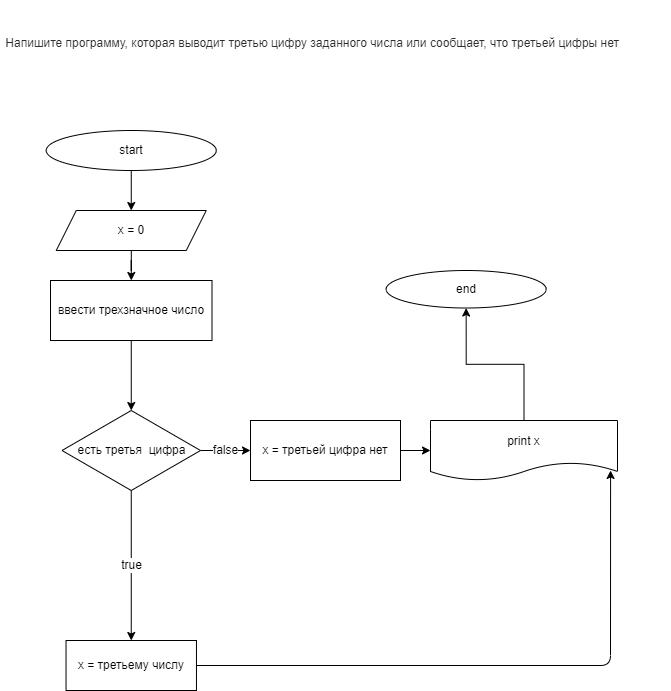
sntitar/DZ_C- keeps this draw.io diagram as dz2_zadacha15/digram.drawio.png. Above is the earlier version. Source tidied: cells renumbered, new cells last; positions are measured from the earlier drawing's top-left corner, leaving out a move shared by most shapes. Source of this version:
```xml
<mxGraphModel>
  <root>
    <mxCell id="0" />
    <mxCell id="1" parent="0" />
    <mxCell id="2" style="edgeStyle=orthogonalEdgeStyle;rounded=0;jettySize=auto;html=1;" parent="1" edge="1" source="3" target="5">
      <mxGeometry relative="1" as="geometry" />
    </mxCell>
    <mxCell id="3" value="start" style="ellipse;whiteSpace=wrap;html=1;" parent="1" vertex="1">
      <mxGeometry x="45.8" y="130" width="170" height="40" as="geometry" />
    </mxCell>
    <mxCell id="4" style="edgeStyle=orthogonalEdgeStyle;rounded=0;jettySize=auto;html=1;" parent="1" edge="1" source="5">
      <mxGeometry relative="1" as="geometry">
        <mxPoint x="130.8" y="280" as="targetPoint" />
      </mxGeometry>
    </mxCell>
    <mxCell id="5" value="x = 0" style="shape=parallelogram;perimeter=parallelogramPerimeter;whiteSpace=wrap;html=1;fixedSize=1;" parent="1" vertex="1">
      <mxGeometry x="55.8" y="210" width="150" height="40" as="geometry" />
    </mxCell>
    <mxCell id="6" style="edgeStyle=none;html=1;fontSize=12;" parent="1" edge="1" source="7" target="16">
      <mxGeometry relative="1" as="geometry" />
    </mxCell>
    <mxCell id="7" value="&lt;span&gt;ввести трехзначное число&lt;/span&gt;" style="whiteSpace=wrap;html=1;" parent="1" vertex="1">
      <mxGeometry x="50" y="280" width="161.5" height="60" as="geometry" />
    </mxCell>
    <mxCell id="8" style="edgeStyle=none;html=1;entryX=0.963;entryY=0.833;entryDx=0;entryDy=0;entryPerimeter=0;" parent="1" edge="1" source="9" target="11">
      <mxGeometry relative="1" as="geometry">
        <Array as="points">
          <mxPoint x="610" y="665" />
        </Array>
      </mxGeometry>
    </mxCell>
    <mxCell id="9" value="x = третьему числу" style="whiteSpace=wrap;html=1;" parent="1" vertex="1">
      <mxGeometry x="65.5" y="640" width="130.4" height="50" as="geometry" />
    </mxCell>
    <mxCell id="10" style="edgeStyle=orthogonalEdgeStyle;rounded=0;jettySize=auto;html=1;" parent="1" edge="1" source="11" target="12">
      <mxGeometry relative="1" as="geometry" />
    </mxCell>
    <mxCell id="11" value="print x" style="shape=document;whiteSpace=wrap;html=1;boundedLbl=1;" parent="1" vertex="1">
      <mxGeometry x="430" y="420" width="187" height="60" as="geometry" />
    </mxCell>
    <mxCell id="12" value="end" style="ellipse;whiteSpace=wrap;html=1;" parent="1" vertex="1">
      <mxGeometry x="385.7" y="270" width="160" height="37.5" as="geometry" />
    </mxCell>
    <mxCell id="13" value="&lt;br&gt;&lt;br&gt;&lt;font style=&quot;font-size: 12px&quot;&gt;&lt;span style=&quot;color: rgb(44 , 45 , 48) ; font-family: &amp;#34;roboto&amp;#34; , &amp;#34;san francisco&amp;#34; , &amp;#34;helvetica neue&amp;#34; , &amp;#34;helvetica&amp;#34; , &amp;#34;arial&amp;#34; ; font-style: normal ; font-weight: 400 ; letter-spacing: normal ; text-indent: 0px ; text-transform: none ; word-spacing: 0px ; background-color: rgb(255 , 255 , 255) ; display: inline ; float: none&quot;&gt;&amp;nbsp;Напишите программу, которая выводит третью цифру заданного числа или сообщает, что третьей цифры нет&lt;/span&gt;&lt;br&gt;&lt;/font&gt;" style="text;whiteSpace=wrap;html=1;" parent="1" vertex="1">
      <mxGeometry width="670" height="50" as="geometry" />
    </mxCell>
    <mxCell id="14" value="true" style="edgeStyle=none;html=1;entryX=0.5;entryY=0;entryDx=0;entryDy=0;fontSize=12;" parent="1" edge="1" source="16" target="9">
      <mxGeometry relative="1" as="geometry" />
    </mxCell>
    <mxCell id="15" value="false" style="edgeStyle=none;html=1;fontSize=12;" parent="1" edge="1" source="16" target="18">
      <mxGeometry relative="1" as="geometry" />
    </mxCell>
    <mxCell id="16" value="есть третья&amp;nbsp; цифра" style="rhombus;whiteSpace=wrap;html=1;" parent="1" vertex="1">
      <mxGeometry x="61.5" y="410" width="138.5" height="80" as="geometry" />
    </mxCell>
    <mxCell id="17" style="edgeStyle=none;html=1;fontSize=12;" parent="1" edge="1" source="18" target="11">
      <mxGeometry relative="1" as="geometry" />
    </mxCell>
    <mxCell id="18" value="x = третьей цифра нет" style="rounded=0;whiteSpace=wrap;html=1;fontSize=12;" parent="1" vertex="1">
      <mxGeometry x="250" y="420" width="150" height="60" as="geometry" />
    </mxCell>
  </root>
</mxGraphModel>
```
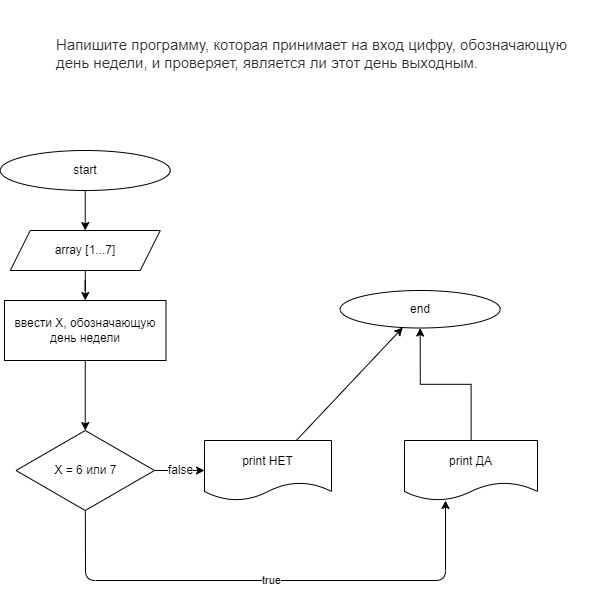
Later version of the same file.

What changed in the source:
```diff
@@ -13,51 +13,49 @@
         <mxPoint x="130.8" y="280" as="targetPoint" />
       </mxGeometry>
     </mxCell>
-    <mxCell id="5" value="x = 0" style="shape=parallelogram;perimeter=parallelogramPerimeter;whiteSpace=wrap;html=1;fixedSize=1;" parent="1" vertex="1">
+    <mxCell id="5" value="array [1...7]" style="shape=parallelogram;perimeter=parallelogramPerimeter;whiteSpace=wrap;html=1;fixedSize=1;" parent="1" vertex="1">
       <mxGeometry x="55.8" y="210" width="150" height="40" as="geometry" />
     </mxCell>
     <mxCell id="6" style="edgeStyle=none;html=1;fontSize=12;" parent="1" edge="1" source="7" target="16">
       <mxGeometry relative="1" as="geometry" />
     </mxCell>
-    <mxCell id="7" value="&lt;span&gt;ввести трехзначное число&lt;/span&gt;" style="whiteSpace=wrap;html=1;" parent="1" vertex="1">
+    <mxCell id="7" value="&lt;span&gt;ввести X, обозначающую день недели&lt;/span&gt;" style="whiteSpace=wrap;html=1;" parent="1" vertex="1">
       <mxGeometry x="50" y="280" width="161.5" height="60" as="geometry" />
     </mxCell>
-    <mxCell id="8" style="edgeStyle=none;html=1;entryX=0.963;entryY=0.833;entryDx=0;entryDy=0;entryPerimeter=0;" parent="1" edge="1" source="9" target="11">
-      <mxGeometry relative="1" as="geometry">
-        <Array as="points">
-          <mxPoint x="610" y="665" />
-        </Array>
-      </mxGeometry>
-    </mxCell>
-    <mxCell id="9" value="x = третьему числу" style="whiteSpace=wrap;html=1;" parent="1" vertex="1">
-      <mxGeometry x="65.5" y="640" width="130.4" height="50" as="geometry" />
-    </mxCell>
     <mxCell id="10" style="edgeStyle=orthogonalEdgeStyle;rounded=0;jettySize=auto;html=1;" parent="1" edge="1" source="11" target="12">
       <mxGeometry relative="1" as="geometry" />
     </mxCell>
-    <mxCell id="11" value="print x" style="shape=document;whiteSpace=wrap;html=1;boundedLbl=1;" parent="1" vertex="1">
-      <mxGeometry x="430" y="420" width="187" height="60" as="geometry" />
+    <mxCell id="11" value="print ДА" style="shape=document;whiteSpace=wrap;html=1;boundedLbl=1;" parent="1" vertex="1">
+      <mxGeometry x="450" y="420" width="133" height="60" as="geometry" />
     </mxCell>
     <mxCell id="12" value="end" style="ellipse;whiteSpace=wrap;html=1;" parent="1" vertex="1">
       <mxGeometry x="385.7" y="270" width="160" height="37.5" as="geometry" />
     </mxCell>
-    <mxCell id="13" value="&lt;br&gt;&lt;br&gt;&lt;font style=&quot;font-size: 12px&quot;&gt;&lt;span style=&quot;color: rgb(44 , 45 , 48) ; font-family: &amp;#34;roboto&amp;#34; , &amp;#34;san francisco&amp;#34; , &amp;#34;helvetica neue&amp;#34; , &amp;#34;helvetica&amp;#34; , &amp;#34;arial&amp;#34; ; font-style: normal ; font-weight: 400 ; letter-spacing: normal ; text-indent: 0px ; text-transform: none ; word-spacing: 0px ; background-color: rgb(255 , 255 , 255) ; display: inline ; float: none&quot;&gt;&amp;nbsp;Напишите программу, которая выводит третью цифру заданного числа или сообщает, что третьей цифры нет&lt;/span&gt;&lt;br&gt;&lt;/font&gt;" style="text;whiteSpace=wrap;html=1;" parent="1" vertex="1">
-      <mxGeometry width="670" height="50" as="geometry" />
-    </mxCell>
+    <mxCell id="15" value="false" style="edgeStyle=none;html=1;fontSize=12;" parent="1" edge="1" source="16">
+      <mxGeometry relative="1" as="geometry">
+        <mxPoint x="250" y="450" as="targetPoint" />
+      </mxGeometry>
+    </mxCell>
-    <mxCell id="14" value="true" style="edgeStyle=none;html=1;entryX=0.5;entryY=0;entryDx=0;entryDy=0;fontSize=12;" parent="1" edge="1" source="16" target="9">
-      <mxGeometry relative="1" as="geometry" />
+    <mxCell id="14" value="true" style="edgeStyle=none;html=1;" parent="1" edge="1" source="16">
+      <mxGeometry relative="1" as="geometry">
+        <mxPoint x="491" y="480" as="targetPoint" />
+        <Array as="points">
+          <mxPoint x="131" y="560" />
+          <mxPoint x="491" y="560" />
+        </Array>
+      </mxGeometry>
     </mxCell>
-    <mxCell id="15" value="false" style="edgeStyle=none;html=1;fontSize=12;" parent="1" edge="1" source="16" target="18">
-      <mxGeometry relative="1" as="geometry" />
-    </mxCell>
-    <mxCell id="16" value="есть третья&amp;nbsp; цифра" style="rhombus;whiteSpace=wrap;html=1;" parent="1" vertex="1">
+    <mxCell id="16" value="X = 6 или 7" style="rhombus;whiteSpace=wrap;html=1;" parent="1" vertex="1">
       <mxGeometry x="61.5" y="410" width="138.5" height="80" as="geometry" />
     </mxCell>
-    <mxCell id="17" style="edgeStyle=none;html=1;fontSize=12;" parent="1" edge="1" source="18" target="11">
-      <mxGeometry relative="1" as="geometry" />
-    </mxCell>
-    <mxCell id="18" value="x = третьей цифра нет" style="rounded=0;whiteSpace=wrap;html=1;fontSize=12;" parent="1" vertex="1">
-      <mxGeometry x="250" y="420" width="150" height="60" as="geometry" />
-    </mxCell>
+    <mxCell id="19" value="&#10;&#10;&lt;span style=&quot;color: rgb(44, 45, 48); font-family: roboto, &amp;quot;san francisco&amp;quot;, &amp;quot;helvetica neue&amp;quot;, helvetica, arial; font-size: 15px; font-style: normal; font-weight: 400; letter-spacing: normal; text-indent: 0px; text-transform: none; word-spacing: 0px; background-color: rgb(255, 255, 255); display: inline; float: none;&quot;&gt;Напишите программу, которая принимает на вход цифру, обозначающую день недели, и проверяет, является ли этот день выходным.&lt;/span&gt;&#10;&#10;" style="text;whiteSpace=wrap;html=1;" parent="1" vertex="1">
+      <mxGeometry x="100" y="-20" width="550" height="50" as="geometry" />
+    </mxCell>
+    <mxCell id="20" style="edgeStyle=none;html=1;" parent="1" edge="1" source="21" target="12">
+      <mxGeometry relative="1" as="geometry" />
+    </mxCell>
+    <mxCell id="21" value="print НЕТ" style="shape=document;whiteSpace=wrap;html=1;boundedLbl=1;" parent="1" vertex="1">
+      <mxGeometry x="250" y="420" width="127" height="60" as="geometry" />
+    </mxCell>
   </root>
 </mxGraphModel>
```
